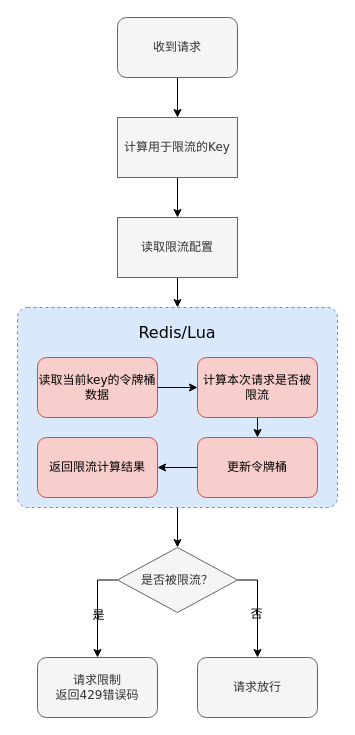
Above: page "网关限流" (5 of 7) of Untitled Diagram.drawio in maxuewen/draw.io (draw.io), before the change. Source tidied: cells renumbered, new cells numbered last; positions are measured from the earlier drawing's top-left corner, leaving out a move shared by most shapes. Both pictures are drawn from the tidied source at 100%, with x=0, y=0 at pixel (17, 17).
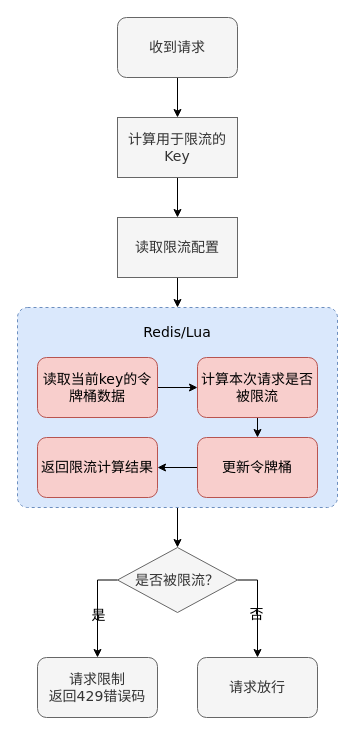
The same page after the edit.

Change to the diagram source:
```diff
@@
-    <mxCell id="2" style="edgeStyle=elbowEdgeStyle;rounded=0;jumpStyle=arc;jumpSize=12;jettySize=auto;html=1;entryX=0.5;entryY=0;entryDx=0;entryDy=0;fontFamily=Verdana;fontSize=12;fontColor=#000000;labelBackgroundColor=none;" parent="1" edge="1" source="3" target="21">
+    <mxCell id="2" style="edgeStyle=elbowEdgeStyle;rounded=0;jumpStyle=arc;jumpSize=12;jettySize=auto;html=1;entryX=0.5;entryY=0;entryDx=0;entryDy=0;fontFamily=Verdana;fontSize=14;fontColor=#000000;labelBackgroundColor=none;" parent="1" edge="1" source="3" target="21">
       <mxGeometry relative="1" as="geometry" />
     </mxCell>
-    <mxCell id="3" style="rounded=1;whiteSpace=wrap;html=1;labelBackgroundColor=none;fontFamily=Verdana;fontSize=12;strokeWidth=1;dashed=1;imageHeight=24;arcSize=5;fillColor=#dae8fc;strokeColor=#6c8ebf;" parent="1" vertex="1">
+    <mxCell id="3" style="rounded=1;whiteSpace=wrap;html=1;labelBackgroundColor=none;fontFamily=Verdana;fontSize=14;strokeWidth=1;dashed=1;imageHeight=24;arcSize=5;fillColor=#dae8fc;strokeColor=#6c8ebf;" parent="1" vertex="1">
       <mxGeometry y="290" width="320" height="200" as="geometry" />
     </mxCell>
-    <mxCell id="4" style="edgeStyle=elbowEdgeStyle;rounded=0;jumpStyle=arc;jumpSize=12;jettySize=auto;html=1;fontFamily=Verdana;fontSize=12;fontColor=#000000;labelBackgroundColor=none;" parent="1" edge="1" source="5" target="7">
+    <mxCell id="4" style="edgeStyle=elbowEdgeStyle;rounded=0;jumpStyle=arc;jumpSize=12;jettySize=auto;html=1;fontFamily=Verdana;fontSize=14;fontColor=#000000;labelBackgroundColor=none;" parent="1" edge="1" source="5" target="7">
       <mxGeometry relative="1" as="geometry" />
     </mxCell>
-    <mxCell id="5" value="收到请求" style="rounded=1;whiteSpace=wrap;html=1;labelBackgroundColor=none;fontFamily=Verdana;fontSize=12;fontColor=#333333;strokeWidth=1;fillColor=#f5f5f5;strokeColor=#666666;" parent="1" vertex="1">
+    <mxCell id="5" value="收到请求" style="rounded=1;whiteSpace=wrap;html=1;labelBackgroundColor=none;fontFamily=Verdana;fontSize=14;fontColor=#333333;strokeWidth=1;fillColor=#f5f5f5;strokeColor=#666666;" parent="1" vertex="1">
       <mxGeometry x="100" width="120" height="60" as="geometry" />
     </mxCell>
-    <mxCell id="6" style="edgeStyle=elbowEdgeStyle;rounded=0;jumpStyle=arc;jumpSize=12;jettySize=auto;html=1;fontFamily=Verdana;fontSize=12;fontColor=#000000;labelBackgroundColor=none;" parent="1" edge="1" source="7" target="16">
+    <mxCell id="6" style="edgeStyle=elbowEdgeStyle;rounded=0;jumpStyle=arc;jumpSize=12;jettySize=auto;html=1;fontFamily=Verdana;fontSize=14;fontColor=#000000;labelBackgroundColor=none;" parent="1" edge="1" source="7" target="16">
       <mxGeometry relative="1" as="geometry">
         <Array as="points">
           <mxPoint x="160" y="200" />
         </Array>
       </mxGeometry>
     </mxCell>
-    <mxCell id="7" value="计算用于限流的Key" style="rounded=1;whiteSpace=wrap;html=1;labelBackgroundColor=none;fontFamily=Verdana;fontSize=12;fontColor=#333333;strokeWidth=1;arcSize=0;fillColor=#f5f5f5;strokeColor=#666666;" parent="1" vertex="1">
+    <mxCell id="7" value="计算用于限流的Key" style="rounded=1;whiteSpace=wrap;html=1;labelBackgroundColor=none;fontFamily=Verdana;fontSize=14;fontColor=#333333;strokeWidth=1;arcSize=0;fillColor=#f5f5f5;strokeColor=#666666;" parent="1" vertex="1">
       <mxGeometry x="100" y="100" width="120" height="60" as="geometry" />
     </mxCell>
-    <mxCell id="8" style="edgeStyle=elbowEdgeStyle;rounded=0;jumpStyle=arc;jumpSize=12;jettySize=auto;html=1;fontFamily=Verdana;fontSize=12;fontColor=#000000;labelBackgroundColor=none;" parent="1" edge="1" source="9" target="11">
+    <mxCell id="8" style="edgeStyle=elbowEdgeStyle;rounded=0;jumpStyle=arc;jumpSize=12;jettySize=auto;html=1;fontFamily=Verdana;fontSize=14;fontColor=#000000;labelBackgroundColor=none;" parent="1" edge="1" source="9" target="11">
       <mxGeometry relative="1" as="geometry" />
     </mxCell>
-    <mxCell id="9" value="读取当前key的令牌桶数据" style="rounded=1;whiteSpace=wrap;html=1;labelBackgroundColor=none;fontFamily=Verdana;fontSize=12;strokeWidth=1;fillColor=#f8cecc;strokeColor=#b85450;" parent="1" vertex="1">
+    <mxCell id="9" value="读取当前key的令牌桶数据" style="rounded=1;whiteSpace=wrap;html=1;labelBackgroundColor=none;fontFamily=Verdana;fontSize=14;strokeWidth=1;fillColor=#f8cecc;strokeColor=#b85450;" parent="1" vertex="1">
       <mxGeometry x="20" y="340" width="120" height="60" as="geometry" />
     </mxCell>
-    <mxCell id="10" style="edgeStyle=elbowEdgeStyle;rounded=0;jumpStyle=arc;jumpSize=12;jettySize=auto;html=1;fontFamily=Verdana;fontSize=12;fontColor=#000000;labelBackgroundColor=none;" parent="1" edge="1" source="11" target="14">
+    <mxCell id="10" style="edgeStyle=elbowEdgeStyle;rounded=0;jumpStyle=arc;jumpSize=12;jettySize=auto;html=1;fontFamily=Verdana;fontSize=14;fontColor=#000000;labelBackgroundColor=none;" parent="1" edge="1" source="11" target="14">
       <mxGeometry relative="1" as="geometry" />
     </mxCell>
-    <mxCell id="11" value="计算本次请求是否被限流" style="rounded=1;whiteSpace=wrap;html=1;labelBackgroundColor=none;fontFamily=Verdana;fontSize=12;strokeWidth=1;fillColor=#f8cecc;strokeColor=#b85450;" parent="1" vertex="1">
+    <mxCell id="11" value="计算本次请求是否被限流" style="rounded=1;whiteSpace=wrap;html=1;labelBackgroundColor=none;fontFamily=Verdana;fontSize=14;strokeWidth=1;fillColor=#f8cecc;strokeColor=#b85450;" parent="1" vertex="1">
       <mxGeometry x="180" y="340" width="120" height="60" as="geometry" />
     </mxCell>
-    <mxCell id="12" value="返回限流计算结果" style="rounded=1;whiteSpace=wrap;html=1;labelBackgroundColor=none;fontFamily=Verdana;fontSize=12;strokeWidth=1;fillColor=#f8cecc;strokeColor=#b85450;" parent="1" vertex="1">
+    <mxCell id="12" value="返回限流计算结果" style="rounded=1;whiteSpace=wrap;html=1;labelBackgroundColor=none;fontFamily=Verdana;fontSize=14;strokeWidth=1;fillColor=#f8cecc;strokeColor=#b85450;" parent="1" vertex="1">
       <mxGeometry x="20" y="420" width="120" height="60" as="geometry" />
     </mxCell>
-    <mxCell id="13" style="edgeStyle=elbowEdgeStyle;rounded=0;jumpStyle=arc;jumpSize=12;jettySize=auto;html=1;entryX=1;entryY=0.5;entryDx=0;entryDy=0;fontFamily=Verdana;fontSize=12;fontColor=#000000;labelBackgroundColor=none;" parent="1" edge="1" source="14" target="12">
+    <mxCell id="13" style="edgeStyle=elbowEdgeStyle;rounded=0;jumpStyle=arc;jumpSize=12;jettySize=auto;html=1;entryX=1;entryY=0.5;entryDx=0;entryDy=0;fontFamily=Verdana;fontSize=14;fontColor=#000000;labelBackgroundColor=none;" parent="1" edge="1" source="14" target="12">
       <mxGeometry relative="1" as="geometry" />
     </mxCell>
-    <mxCell id="14" value="更新令牌桶" style="rounded=1;whiteSpace=wrap;html=1;labelBackgroundColor=none;fontFamily=Verdana;fontSize=12;strokeWidth=1;fillColor=#f8cecc;strokeColor=#b85450;" parent="1" vertex="1">
+    <mxCell id="14" value="更新令牌桶" style="rounded=1;whiteSpace=wrap;html=1;labelBackgroundColor=none;fontFamily=Verdana;fontSize=14;strokeWidth=1;fillColor=#f8cecc;strokeColor=#b85450;" parent="1" vertex="1">
       <mxGeometry x="180" y="420" width="120" height="60" as="geometry" />
     </mxCell>
-    <mxCell id="15" style="edgeStyle=elbowEdgeStyle;rounded=0;jumpStyle=arc;jumpSize=12;jettySize=auto;html=1;fontFamily=Verdana;fontSize=12;fontColor=#000000;labelBackgroundColor=none;" parent="1" edge="1" source="16">
+    <mxCell id="15" style="edgeStyle=elbowEdgeStyle;rounded=0;jumpStyle=arc;jumpSize=12;jettySize=auto;html=1;fontFamily=Verdana;fontSize=14;fontColor=#000000;labelBackgroundColor=none;" parent="1" edge="1" source="16">
       <mxGeometry relative="1" as="geometry">
         <mxPoint x="160" y="290" as="targetPoint" />
       </mxGeometry>
     </mxCell>
-    <mxCell id="16" value="读取限流配置" style="rounded=1;whiteSpace=wrap;html=1;labelBackgroundColor=none;fontFamily=Verdana;fontSize=12;fontColor=#333333;strokeWidth=1;imageHeight=24;arcSize=0;fillColor=#f5f5f5;strokeColor=#666666;" parent="1" vertex="1">
+    <mxCell id="16" value="读取限流配置" style="rounded=1;whiteSpace=wrap;html=1;labelBackgroundColor=none;fontFamily=Verdana;fontSize=14;fontColor=#333333;strokeWidth=1;imageHeight=24;arcSize=0;fillColor=#f5f5f5;strokeColor=#666666;" parent="1" vertex="1">
       <mxGeometry x="100" y="200" width="120" height="60" as="geometry" />
     </mxCell>
-    <mxCell id="17" style="edgeStyle=elbowEdgeStyle;rounded=0;jumpStyle=arc;jumpSize=12;jettySize=auto;html=1;exitX=0;exitY=0.5;exitDx=0;exitDy=0;entryX=0.5;entryY=0;entryDx=0;entryDy=0;fontFamily=Verdana;fontSize=12;fontColor=#000000;labelBackgroundColor=none;" parent="1" edge="1" source="21" target="22">
+    <mxCell id="17" style="edgeStyle=elbowEdgeStyle;rounded=0;jumpStyle=arc;jumpSize=12;jettySize=auto;html=1;exitX=0;exitY=0.5;exitDx=0;exitDy=0;entryX=0.5;entryY=0;entryDx=0;entryDy=0;fontFamily=Verdana;fontSize=14;fontColor=#000000;labelBackgroundColor=none;" parent="1" edge="1" source="21" target="22">
       <mxGeometry relative="1" as="geometry">
         <Array as="points">
           <mxPoint x="80" y="600" />
         </Array>
       </mxGeometry>
     </mxCell>
-    <mxCell id="18" value="是" style="edgeLabel;html=1;align=center;verticalAlign=middle;fontSize=12;fontFamily=Verdana;fontColor=#000000;labelBackgroundColor=none;" parent="17" vertex="1">
+    <mxCell id="18" value="是" style="edgeLabel;html=1;align=center;verticalAlign=middle;fontSize=14;fontFamily=Verdana;fontColor=#000000;labelBackgroundColor=none;" parent="17" vertex="1">
       <mxGeometry x="0.13" relative="1" as="geometry" />
     </mxCell>
-    <mxCell id="19" style="edgeStyle=elbowEdgeStyle;rounded=0;jumpStyle=arc;jumpSize=12;jettySize=auto;html=1;entryX=0.5;entryY=0;entryDx=0;entryDy=0;fontFamily=Verdana;fontSize=12;fontColor=#000000;labelBackgroundColor=none;" parent="1" edge="1" source="21" target="23">
+    <mxCell id="19" style="edgeStyle=elbowEdgeStyle;rounded=0;jumpStyle=arc;jumpSize=12;jettySize=auto;html=1;entryX=0.5;entryY=0;entryDx=0;entryDy=0;fontFamily=Verdana;fontSize=14;fontColor=#000000;labelBackgroundColor=none;" parent="1" edge="1" source="21" target="23">
       <mxGeometry relative="1" as="geometry">
         <Array as="points">
           <mxPoint x="240" y="610" />
         </Array>
       </mxGeometry>
     </mxCell>
-    <mxCell id="20" value="否" style="edgeLabel;html=1;align=center;verticalAlign=middle;fontSize=12;fontFamily=Verdana;fontColor=#000000;labelBackgroundColor=none;" parent="19" vertex="1">
+    <mxCell id="20" value="否" style="edgeLabel;html=1;align=center;verticalAlign=middle;fontSize=14;fontFamily=Verdana;fontColor=#000000;labelBackgroundColor=none;" parent="19" vertex="1">
       <mxGeometry x="0.11" y="-2" relative="1" as="geometry" />
     </mxCell>
-    <mxCell id="21" value="是否被限流？" style="rhombus;whiteSpace=wrap;html=1;labelBackgroundColor=none;fontFamily=Verdana;fontSize=12;fontColor=#333333;strokeWidth=1;fillColor=#f5f5f5;strokeColor=#666666;" parent="1" vertex="1">
+    <mxCell id="21" value="是否被限流？" style="rhombus;whiteSpace=wrap;html=1;labelBackgroundColor=none;fontFamily=Verdana;fontSize=14;fontColor=#333333;strokeWidth=1;fillColor=#f5f5f5;strokeColor=#666666;" parent="1" vertex="1">
       <mxGeometry x="100" y="530" width="120" height="65" as="geometry" />
     </mxCell>
-    <mxCell id="22" value="请求限制&lt;br&gt;返回429错误码" style="rounded=1;whiteSpace=wrap;html=1;labelBackgroundColor=none;fontFamily=Verdana;fontSize=12;fontColor=#333333;strokeWidth=1;fillColor=#f5f5f5;strokeColor=#666666;" parent="1" vertex="1">
+    <mxCell id="22" value="请求限制&lt;br style=&quot;font-size: 14px;&quot;&gt;返回429错误码" style="rounded=1;whiteSpace=wrap;html=1;labelBackgroundColor=none;fontFamily=Verdana;fontSize=14;fontColor=#333333;strokeWidth=1;fillColor=#f5f5f5;strokeColor=#666666;" parent="1" vertex="1">
       <mxGeometry x="20" y="640" width="120" height="60" as="geometry" />
     </mxCell>
-    <mxCell id="23" value="请求放行" style="rounded=1;whiteSpace=wrap;html=1;labelBackgroundColor=none;fontFamily=Verdana;fontSize=12;fontColor=#333333;strokeWidth=1;fillColor=#f5f5f5;strokeColor=#666666;" parent="1" vertex="1">
+    <mxCell id="23" value="请求放行" style="rounded=1;whiteSpace=wrap;html=1;labelBackgroundColor=none;fontFamily=Verdana;fontSize=14;fontColor=#333333;strokeWidth=1;fillColor=#f5f5f5;strokeColor=#666666;" parent="1" vertex="1">
       <mxGeometry x="180" y="640" width="120" height="60" as="geometry" />
     </mxCell>
-    <mxCell id="24" value="Redis/Lua" style="text;html=1;strokeColor=none;fillColor=none;align=center;verticalAlign=middle;whiteSpace=wrap;rounded=0;dashed=1;labelBackgroundColor=none;fontFamily=Verdana;fontSize=16;fontColor=#000000;" parent="1" vertex="1">
+    <mxCell id="24" value="Redis/Lua" style="text;html=1;strokeColor=none;fillColor=none;align=center;verticalAlign=middle;whiteSpace=wrap;rounded=0;dashed=1;labelBackgroundColor=none;fontFamily=Verdana;fontSize=14;fontColor=#000000;" parent="1" vertex="1">
       <mxGeometry x="130" y="300" width="60" height="30" as="geometry" />
     </mxCell>
```
